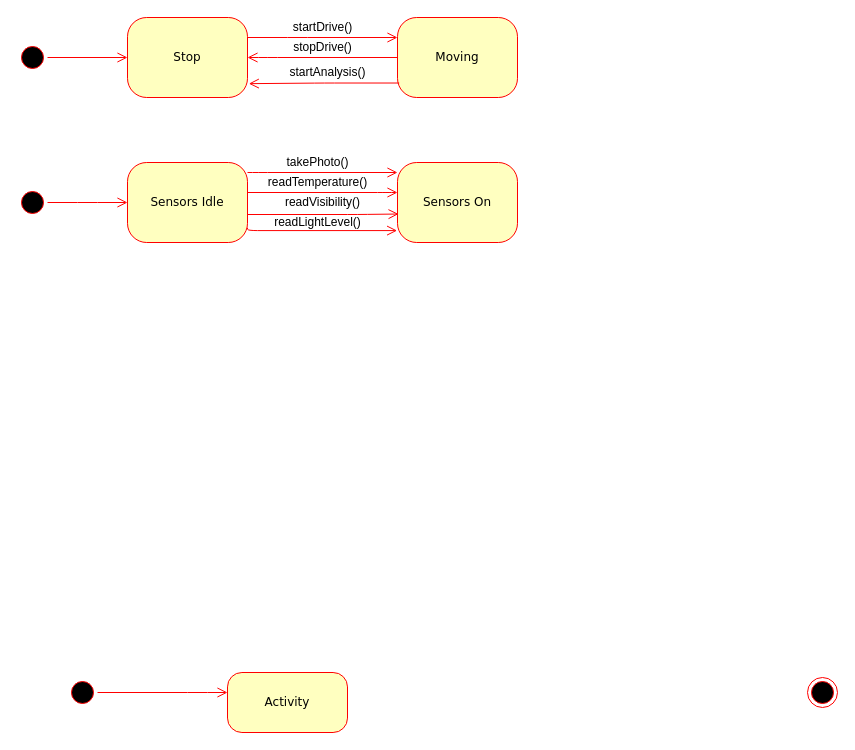
The draw.io diagram page "Page-1" (1 of 2) of States Diagram.drawio in Calmen00-code/Mars-Project, before the edit. Source tidied: cells renumbered, new cells numbered last; positions are measured from the earlier drawing's top-left corner, leaving out a move shared by most shapes. Both pictures are drawn from the tidied source at 100%, with x=0, y=0 at pixel (17, 17).
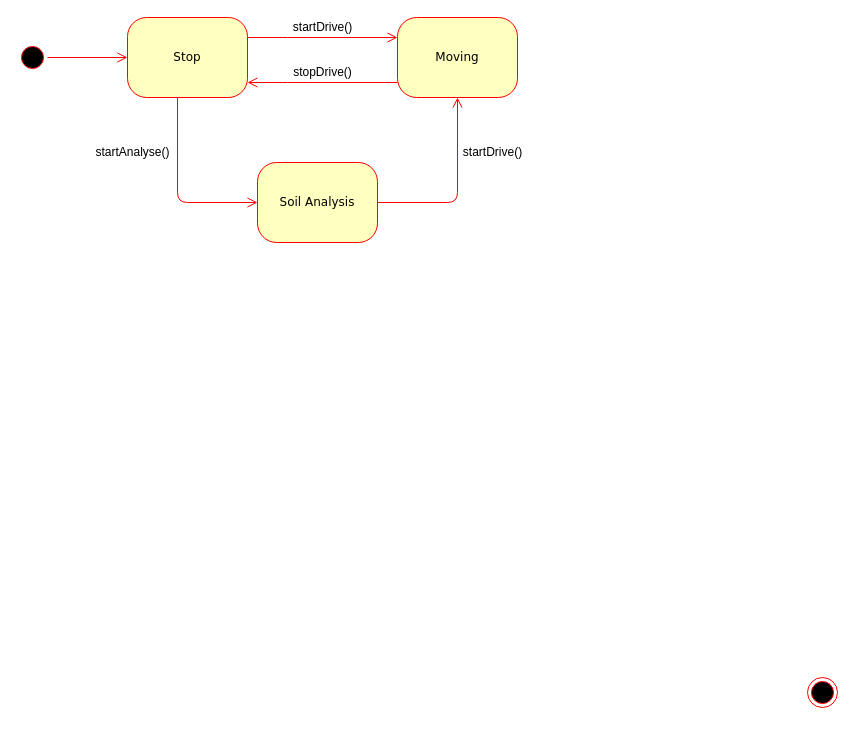
The same diagram, later.

Unchanged cells that the change refers to:
```xml
<mxCell id="3" value="Stop" style="rounded=1;whiteSpace=wrap;html=1;arcSize=24;fillColor=#ffffc0;strokeColor=#ff0000;shadow=0;comic=0;labelBackgroundColor=none;fontFamily=Verdana;fontSize=12;fontColor=#000000;align=center;" parent="1" vertex="1">
  <mxGeometry x="110" width="120" height="80" as="geometry" />
</mxCell>
<mxCell id="4" value="Moving" style="rounded=1;whiteSpace=wrap;html=1;arcSize=24;fillColor=#ffffc0;strokeColor=#ff0000;shadow=0;comic=0;labelBackgroundColor=none;fontFamily=Verdana;fontSize=12;fontColor=#000000;align=center;" parent="1" vertex="1">
  <mxGeometry x="380" width="120" height="80" as="geometry" />
</mxCell>
```

The edit, as a diff of the source:
```diff
@@
-    <mxCell id="6" value="Activity" style="rounded=1;whiteSpace=wrap;html=1;arcSize=24;fillColor=#ffffc0;strokeColor=#ff0000;shadow=0;comic=0;labelBackgroundColor=none;fontFamily=Verdana;fontSize=12;fontColor=#000000;align=center;" parent="1" vertex="1">
-      <mxGeometry x="210" y="655" width="120" height="60" as="geometry" />
-    </mxCell>
@@
-    <mxCell id="8" style="edgeStyle=elbowEdgeStyle;html=1;labelBackgroundColor=none;endArrow=open;endSize=8;strokeColor=#ff0000;fontFamily=Verdana;fontSize=12;align=left;" parent="1" edge="1" source="9" target="6">
-      <mxGeometry relative="1" as="geometry">
-        <Array as="points">
-          <mxPoint x="180" y="675" />
-        </Array>
-      </mxGeometry>
-    </mxCell>
-    <mxCell id="9" style="ellipse;html=1;shape=startState;fillColor=#000000;strokeColor=#ff0000;rounded=1;shadow=0;comic=0;labelBackgroundColor=none;fontFamily=Verdana;fontSize=12;fontColor=#000000;align=center;direction=south;" parent="1" vertex="1">
-      <mxGeometry x="50" y="660" width="30" height="30" as="geometry" />
-    </mxCell>
-    <mxCell id="10" value="Sensors Idle" style="rounded=1;whiteSpace=wrap;html=1;arcSize=24;fillColor=#ffffc0;strokeColor=#ff0000;shadow=0;comic=0;labelBackgroundColor=none;fontFamily=Verdana;fontSize=12;fontColor=#000000;align=center;" parent="1" vertex="1">
-      <mxGeometry x="110" y="145" width="120" height="80" as="geometry" />
-    </mxCell>
@@
-    <mxCell id="13" value="takePhoto()" style="text;html=1;align=center;verticalAlign=middle;strokeColor=none;" parent="1" vertex="1">
-      <mxGeometry x="260" y="135" width="80" height="20" as="geometry" />
-    </mxCell>
     <mxCell id="14" style="edgeStyle=elbowEdgeStyle;html=1;labelBackgroundColor=none;endArrow=open;endSize=8;strokeColor=#ff0000;fontFamily=Verdana;fontSize=12;align=left;" parent="1" edge="1" source="4" target="3">
       <mxGeometry relative="1" as="geometry">
         <Array as="points">
+          <mxPoint x="280" y="65" />
           <mxPoint x="250" y="40" />
           <mxPoint x="250" y="55" />
           <mxPoint x="345.7" y="65" />
         </Array>
       </mxGeometry>
     </mxCell>
     <mxCell id="15" value="stopDrive()" style="text;html=1;align=center;verticalAlign=middle;strokeColor=none;" parent="1" vertex="1">
-      <mxGeometry x="270" y="20" width="70" height="20" as="geometry" />
+      <mxGeometry x="270" y="45" width="70" height="20" as="geometry" />
     </mxCell>
-    <mxCell id="16" style="edgeStyle=elbowEdgeStyle;html=1;labelBackgroundColor=none;endArrow=open;endSize=8;strokeColor=#ff0000;fontFamily=Verdana;fontSize=12;align=left;exitX=0.014;exitY=0.819;exitDx=0;exitDy=0;exitPerimeter=0;entryX=1.011;entryY=0.827;entryDx=0;entryDy=0;entryPerimeter=0;" parent="1" edge="1" source="4" target="3">
-      <mxGeometry relative="1" as="geometry" />
-    </mxCell>
-    <mxCell id="17" value="startAnalysis()" style="text;html=1;align=center;verticalAlign=middle;strokeColor=none;" parent="1" vertex="1">
-      <mxGeometry x="265" y="45" width="90" height="20" as="geometry" />
-    </mxCell>
-    <mxCell id="18" value="Sensors On" style="rounded=1;whiteSpace=wrap;html=1;arcSize=24;fillColor=#ffffc0;strokeColor=#ff0000;shadow=0;comic=0;labelBackgroundColor=none;fontFamily=Verdana;fontSize=12;fontColor=#000000;align=center;" parent="1" vertex="1">
-      <mxGeometry x="380" y="145" width="120" height="80" as="geometry" />
-    </mxCell>
-    <mxCell id="19" style="ellipse;html=1;shape=startState;fillColor=#000000;strokeColor=#ff0000;rounded=1;shadow=0;comic=0;labelBackgroundColor=none;fontFamily=Verdana;fontSize=12;fontColor=#000000;align=center;direction=south;" parent="1" vertex="1">
-      <mxGeometry y="170" width="30" height="30" as="geometry" />
-    </mxCell>
-    <mxCell id="20" style="edgeStyle=elbowEdgeStyle;html=1;labelBackgroundColor=none;endArrow=open;endSize=8;strokeColor=#ff0000;fontFamily=Verdana;fontSize=12;align=left;entryX=0;entryY=0.5;entryDx=0;entryDy=0;" parent="1" edge="1" target="10">
-      <mxGeometry relative="1" as="geometry">
-        <mxPoint x="30" y="185" as="sourcePoint" />
-        <Array as="points">
-          <mxPoint x="70" y="184.7" />
-        </Array>
-      </mxGeometry>
-    </mxCell>
-    <mxCell id="21" style="edgeStyle=elbowEdgeStyle;html=1;labelBackgroundColor=none;endArrow=open;endSize=8;strokeColor=#ff0000;fontFamily=Verdana;fontSize=12;align=left;" parent="1" edge="1" source="10" target="18">
-      <mxGeometry relative="1" as="geometry">
-        <Array as="points">
-          <mxPoint x="240" y="155" />
-          <mxPoint x="300" y="155" />
-          <mxPoint x="240" y="155" />
-          <mxPoint x="240" y="165" />
-          <mxPoint x="250" y="170" />
-          <mxPoint x="280" y="169.7" />
-        </Array>
-      </mxGeometry>
-    </mxCell>
-    <mxCell id="22" style="edgeStyle=elbowEdgeStyle;html=1;labelBackgroundColor=none;endArrow=open;endSize=8;strokeColor=#ff0000;fontFamily=Verdana;fontSize=12;align=left;" parent="1" edge="1" source="10">
-      <mxGeometry relative="1" as="geometry">
-        <mxPoint x="380" y="175" as="targetPoint" />
-        <Array as="points">
-          <mxPoint x="370" y="175" />
-          <mxPoint x="330" y="175" />
-          <mxPoint x="280" y="175" />
-          <mxPoint x="230" y="175" />
-          <mxPoint x="245" y="184.7" />
-          <mxPoint x="255" y="189.7" />
-          <mxPoint x="285" y="189.3" />
-        </Array>
-      </mxGeometry>
-    </mxCell>
-    <mxCell id="23" style="edgeStyle=elbowEdgeStyle;html=1;labelBackgroundColor=none;endArrow=open;endSize=8;strokeColor=#ff0000;fontFamily=Verdana;fontSize=12;align=left;entryX=0.009;entryY=0.644;entryDx=0;entryDy=0;entryPerimeter=0;" parent="1" edge="1" source="10" target="18">
-      <mxGeometry relative="1" as="geometry">
-        <Array as="points">
-          <mxPoint x="340" y="197" />
-          <mxPoint x="330" y="195" />
-          <mxPoint x="280" y="195" />
-          <mxPoint x="245" y="205" />
-          <mxPoint x="255" y="210" />
-          <mxPoint x="285" y="209.7" />
-        </Array>
-      </mxGeometry>
-    </mxCell>
-    <mxCell id="24" value="readTemperature()" style="text;html=1;align=center;verticalAlign=middle;strokeColor=none;" parent="1" vertex="1">
-      <mxGeometry x="245" y="155" width="110" height="20" as="geometry" />
-    </mxCell>
-    <mxCell id="25" value="readVisibility()" style="text;html=1;align=center;verticalAlign=middle;strokeColor=none;" parent="1" vertex="1">
-      <mxGeometry x="260" y="175" width="90" height="20" as="geometry" />
-    </mxCell>
-    <mxCell id="26" style="edgeStyle=elbowEdgeStyle;html=1;labelBackgroundColor=none;endArrow=open;endSize=8;strokeColor=#ff0000;fontFamily=Verdana;fontSize=12;align=left;entryX=-0.003;entryY=0.851;entryDx=0;entryDy=0;entryPerimeter=0;exitX=1;exitY=0.816;exitDx=0;exitDy=0;exitPerimeter=0;" parent="1" edge="1" source="10" target="18">
-      <mxGeometry relative="1" as="geometry">
-        <Array as="points">
-          <mxPoint x="230" y="225" />
-          <mxPoint x="250" y="215" />
-          <mxPoint x="280" y="213" />
-          <mxPoint x="330" y="215.5" />
-          <mxPoint x="320" y="213.5" />
-          <mxPoint x="270" y="213.5" />
-          <mxPoint x="235" y="223.5" />
-          <mxPoint x="245" y="228.5" />
-          <mxPoint x="275" y="228.1" />
-        </Array>
-      </mxGeometry>
-    </mxCell>
-    <mxCell id="27" value="readLightLevel()" style="text;html=1;align=center;verticalAlign=middle;strokeColor=none;" parent="1" vertex="1">
-      <mxGeometry x="250" y="195" width="100" height="20" as="geometry" />
-    </mxCell>
+    <mxCell id="28" value="Soil Analysis" style="rounded=1;whiteSpace=wrap;html=1;arcSize=24;fillColor=#ffffc0;strokeColor=#ff0000;shadow=0;comic=0;labelBackgroundColor=none;fontFamily=Verdana;fontSize=12;fontColor=#000000;align=center;" parent="1" vertex="1">
+      <mxGeometry x="240" y="145" width="120" height="80" as="geometry" />
+    </mxCell>
+    <mxCell id="29" value="startAnalyse()" style="text;html=1;align=center;verticalAlign=middle;strokeColor=none;" parent="1" vertex="1">
+      <mxGeometry x="70" y="125" width="90" height="20" as="geometry" />
+    </mxCell>
+    <mxCell id="30" style="edgeStyle=elbowEdgeStyle;html=1;labelBackgroundColor=none;endArrow=open;endSize=8;strokeColor=#ff0000;fontFamily=Verdana;fontSize=12;align=left;entryX=0;entryY=0.5;entryDx=0;entryDy=0;" parent="1" edge="1" source="3" target="28">
+      <mxGeometry relative="1" as="geometry">
+        <Array as="points">
+          <mxPoint x="160" y="195" />
+        </Array>
+      </mxGeometry>
+    </mxCell>
+    <mxCell id="31" style="edgeStyle=elbowEdgeStyle;html=1;labelBackgroundColor=none;endArrow=open;endSize=8;strokeColor=#ff0000;fontFamily=Verdana;fontSize=12;align=left;exitX=1;exitY=0.5;exitDx=0;exitDy=0;entryX=0.5;entryY=1;entryDx=0;entryDy=0;" parent="1" edge="1" source="28" target="4">
+      <mxGeometry relative="1" as="geometry">
+        <Array as="points">
+          <mxPoint x="440" y="185" />
+          <mxPoint x="430" y="185" />
+        </Array>
+      </mxGeometry>
+    </mxCell>
+    <mxCell id="32" value="startDrive()" style="text;html=1;align=center;verticalAlign=middle;strokeColor=none;" parent="1" vertex="1">
+      <mxGeometry x="440" y="125" width="70" height="20" as="geometry" />
+    </mxCell>
```
